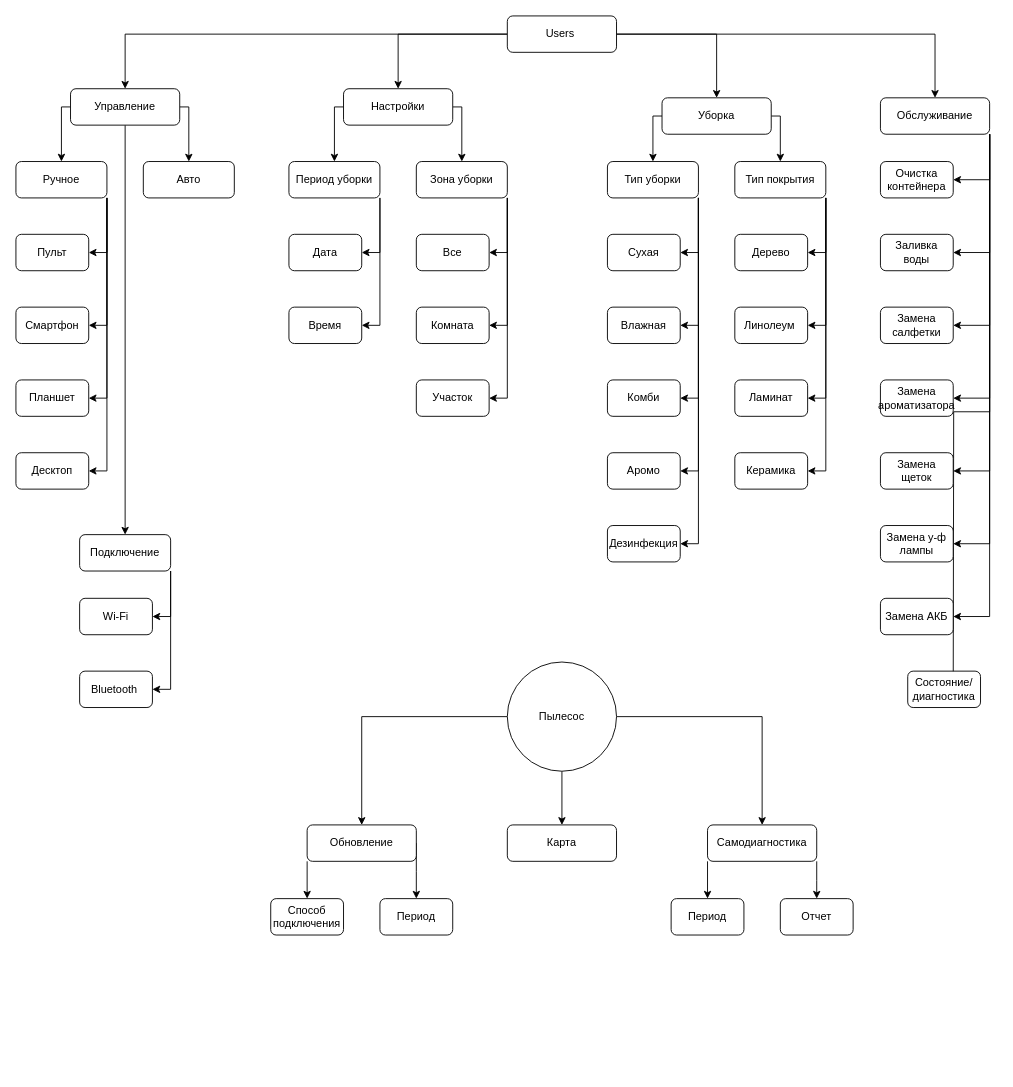
The draw.io diagram EDITOR3D/Диаграмма без названия.drawio in petrovich601/Arch3294, before the edit. Source tidied: cells renumbered, new cells numbered last; positions are measured from the earlier drawing's top-left corner, leaving out a move shared by most shapes. Both pictures are drawn from the tidied source at 91%, with x=0, y=0 at pixel (15, 15).
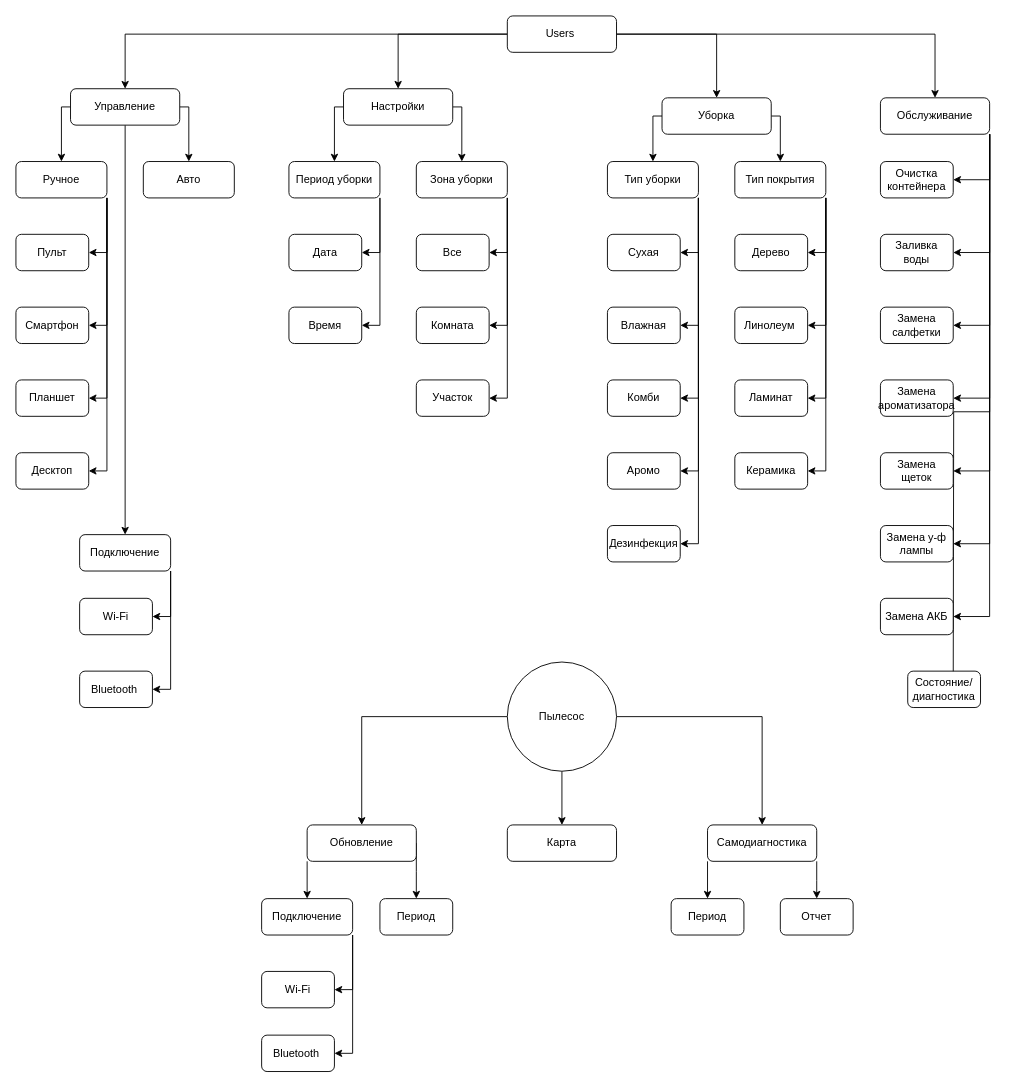
The same page after the edit.

The change refers to these unchanged cells:
```xml
<mxCell id="42" value="Обновление" style="rounded=1;whiteSpace=wrap;html=1;fontSize=12;glass=0;strokeWidth=1;shadow=0;" parent="1" vertex="1">
  <mxGeometry x="320" y="889" width="120" height="40" as="geometry" />
</mxCell>
```

Diff of the diagram source:
```diff
@@
-    <mxCell id="40" style="edgeStyle=orthogonalEdgeStyle;rounded=0;jettySize=auto;html=1;fontFamily=Helvetica;fontSize=12;fontColor=default;exitX=0;exitY=1;exitDx=0;exitDy=0;" parent="1" edge="1" source="42" target="96">
-      <mxGeometry relative="1" as="geometry" />
+    <mxCell id="40" style="edgeStyle=orthogonalEdgeStyle;rounded=0;jettySize=auto;html=1;fontFamily=Helvetica;fontSize=12;fontColor=default;exitX=0;exitY=1;exitDx=0;exitDy=0;" parent="1" edge="1" source="42">
+      <mxGeometry relative="1" as="geometry">
+        <mxPoint x="320" y="970" as="targetPoint" />
+      </mxGeometry>
     </mxCell>
@@
-    <mxCell id="96" value="Способ подключения" style="rounded=1;whiteSpace=wrap;html=1;fontSize=12;glass=0;strokeWidth=1;shadow=0;" parent="1" vertex="1">
-      <mxGeometry x="280" y="970" width="80" height="40" as="geometry" />
-    </mxCell>
+    <mxCell id="97" style="edgeStyle=orthogonalEdgeStyle;rounded=0;jettySize=auto;html=1;entryX=1;entryY=0.5;entryDx=0;entryDy=0;fontFamily=Helvetica;fontSize=12;fontColor=default;exitX=1;exitY=1;exitDx=0;exitDy=0;" parent="1" edge="1" source="99">
+      <mxGeometry relative="1" as="geometry">
+        <mxPoint x="350" y="1140" as="targetPoint" />
+        <Array as="points">
+          <mxPoint x="370" y="1140" />
+        </Array>
+      </mxGeometry>
+    </mxCell>
+    <mxCell id="98" style="edgeStyle=orthogonalEdgeStyle;rounded=0;jettySize=auto;html=1;entryX=1;entryY=0.5;entryDx=0;entryDy=0;fontFamily=Helvetica;fontSize=12;fontColor=default;exitX=1;exitY=1;exitDx=0;exitDy=0;" parent="1" edge="1" source="99" target="101">
+      <mxGeometry relative="1" as="geometry" />
+    </mxCell>
+    <mxCell id="99" value="Подключение" style="rounded=1;whiteSpace=wrap;html=1;fontSize=12;glass=0;strokeWidth=1;shadow=0;" parent="1" vertex="1">
+      <mxGeometry x="270" y="970" width="100" height="40" as="geometry" />
+    </mxCell>
+    <mxCell id="100" value="Bluetooth&amp;nbsp;" style="rounded=1;whiteSpace=wrap;html=1;fontSize=12;glass=0;strokeWidth=1;shadow=0;" parent="1" vertex="1">
+      <mxGeometry x="270" y="1120" width="80" height="40" as="geometry" />
+    </mxCell>
+    <mxCell id="101" value="Wi-Fi" style="rounded=1;whiteSpace=wrap;html=1;fontSize=12;glass=0;strokeWidth=1;shadow=0;" parent="1" vertex="1">
+      <mxGeometry x="270" y="1050" width="80" height="40" as="geometry" />
+    </mxCell>
```
